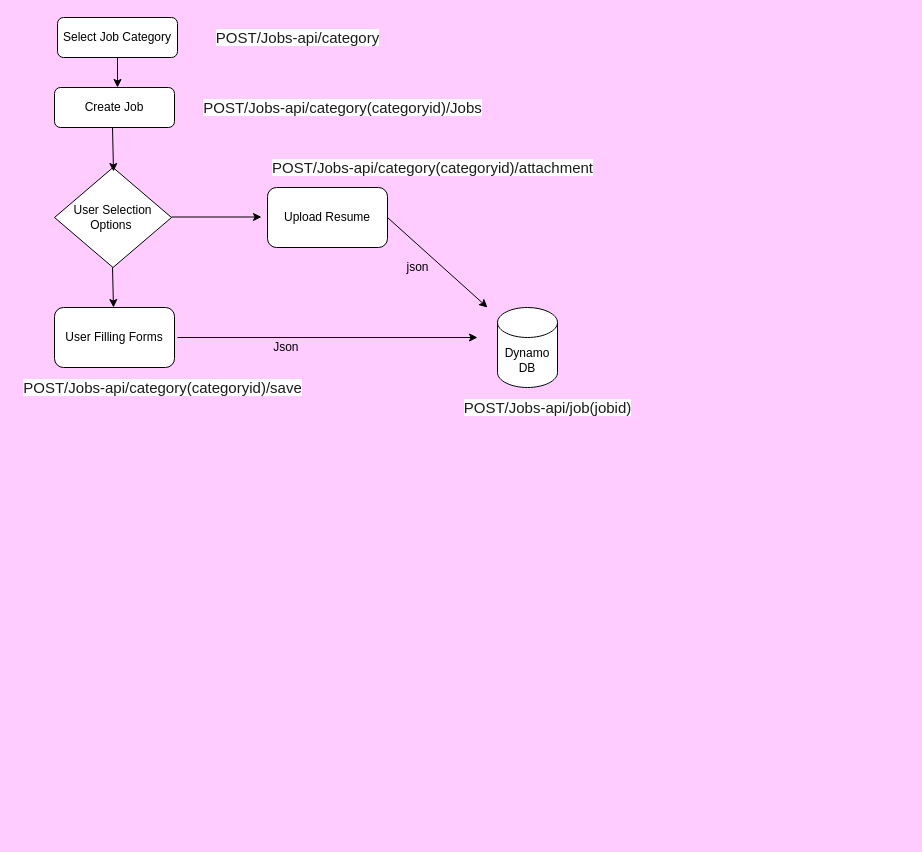
Above: Workflow-Digram-API.drawio in prasadkovai/architecture-digram (draw.io), before the change. Source tidied: cells renumbered, new cells numbered last; positions are measured from the earlier drawing's top-left corner, leaving out a move shared by most shapes. Both pictures are drawn from the tidied source at 100%, with x=0, y=0 at pixel (17, 17). Pictures stored in the file or linked from it are replaced by grey dashed boxes.
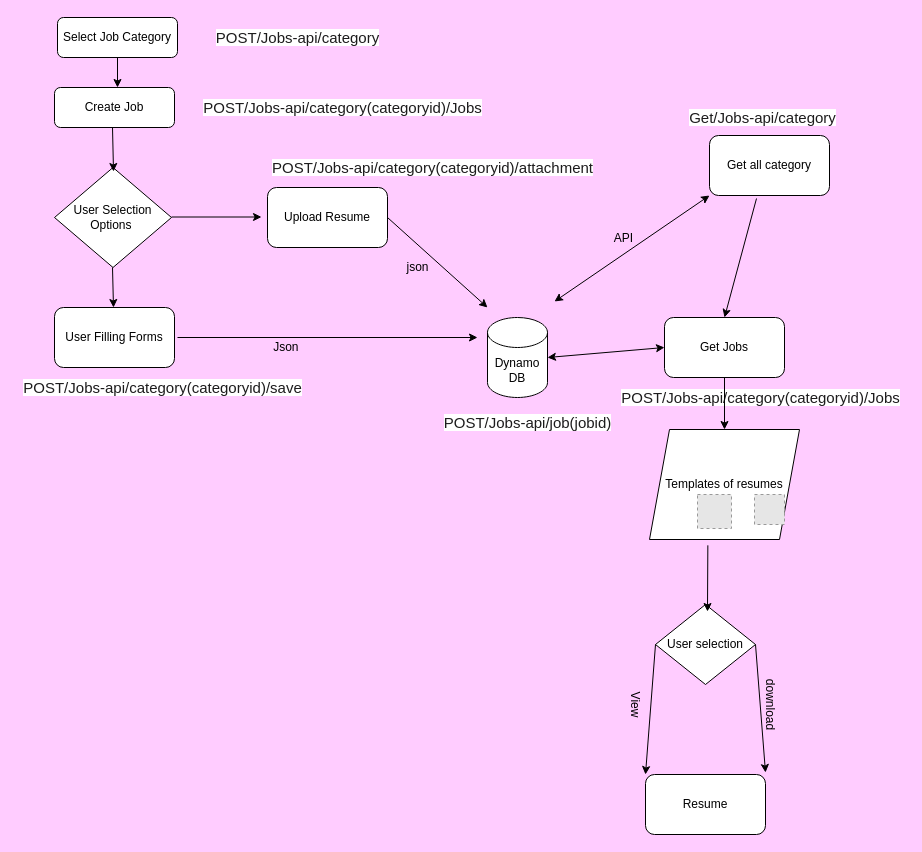
The same diagram, later.

Change to the diagram source:
```diff
@@
     <mxCell id="17" value="Dynamo&lt;br&gt;DB" style="shape=cylinder3;whiteSpace=wrap;html=1;boundedLbl=1;backgroundOutline=1;size=15;" parent="1" vertex="1">
-      <mxGeometry x="480" y="290" width="60" height="80" as="geometry" />
+      <mxGeometry x="470" y="300" width="60" height="80" as="geometry" />
     </mxCell>
@@
     <mxCell id="20" value="&lt;span style=&quot;color: rgb(29 , 28 , 29) ; font-family: , &amp;#34;applelogo&amp;#34; , sans-serif ; font-size: 15px ; text-align: left ; background-color: rgb(255 , 255 , 255)&quot;&gt;POST/Jobs-api/job(jobid)&lt;/span&gt;" style="text;html=1;align=center;verticalAlign=middle;strokeColor=none;" parent="1" vertex="1">
-      <mxGeometry x="440" y="380" width="180" height="20" as="geometry" />
+      <mxGeometry x="420" y="395" width="180" height="20" as="geometry" />
     </mxCell>
+    <mxCell id="21" value="Get Jobs" style="rounded=1;whiteSpace=wrap;html=1;" parent="1" vertex="1">
+      <mxGeometry x="647" y="300" width="120" height="60" as="geometry" />
+    </mxCell>
+    <mxCell id="22" value="Templates of resumes" style="shape=parallelogram;perimeter=parallelogramPerimeter;whiteSpace=wrap;html=1;fixedSize=1;" parent="1" vertex="1">
+      <mxGeometry x="632" y="412" width="150" height="110" as="geometry" />
+    </mxCell>
+    <mxCell id="23" style="fillColor=#E6E6E6;strokeColor=#999999;dashed=1;html=1;verticalAlign=top;verticalLabelPosition=bottom;labelBackgroundColor=#ffffff;" parent="1" vertex="1">
+      <mxGeometry x="680" y="477" width="34" height="34" as="geometry" />
+    </mxCell>
+    <mxCell id="24" style="fillColor=#E6E6E6;strokeColor=#999999;dashed=1;html=1;verticalAlign=top;verticalLabelPosition=bottom;labelBackgroundColor=#ffffff;" parent="1" vertex="1">
+      <mxGeometry x="737" y="477" width="30" height="30" as="geometry" />
+    </mxCell>
+    <mxCell id="25" value="&lt;span style=&quot;color: rgb(29 , 28 , 29) ; font-family: , &amp;#34;applelogo&amp;#34; , sans-serif ; font-size: 15px ; text-align: left ; background-color: rgb(255 , 255 , 255)&quot;&gt;POST/Jobs-api/category(categoryid)/Jobs&lt;/span&gt;" style="text;html=1;align=center;verticalAlign=middle;strokeColor=none;" parent="1" vertex="1">
+      <mxGeometry x="598" y="370" width="290" height="20" as="geometry" />
+    </mxCell>
+    <mxCell id="26" style="endArrow=classic;startArrow=classic;html=1;exitX=1;exitY=0.5;exitDx=0;exitDy=0;exitPerimeter=0;entryX=0;entryY=0.5;entryDx=0;entryDy=0;" parent="1" edge="1" source="17" target="21">
+      <mxGeometry relative="1" as="geometry" />
+    </mxCell>
+    <mxCell id="27" style="endArrow=classic;html=1;exitX=0.5;exitY=1;exitDx=0;exitDy=0;entryX=0.5;entryY=0;entryDx=0;entryDy=0;" parent="1" edge="1" source="21" target="22">
+      <mxGeometry relative="1" as="geometry" />
+    </mxCell>
+    <mxCell id="28" value="Resume" style="rounded=1;whiteSpace=wrap;html=1;" parent="1" vertex="1">
+      <mxGeometry x="628" y="757" width="120" height="60" as="geometry" />
+    </mxCell>
+    <mxCell id="29" value="User selection" style="rhombus;whiteSpace=wrap;html=1;" parent="1" vertex="1">
+      <mxGeometry x="638" y="587" width="100" height="80" as="geometry" />
+    </mxCell>
+    <mxCell id="30" style="endArrow=classic;html=1;exitX=0;exitY=0.5;exitDx=0;exitDy=0;entryX=0;entryY=0;entryDx=0;entryDy=0;" parent="1" edge="1" source="29" target="28">
+      <mxGeometry relative="1" as="geometry" />
+    </mxCell>
+    <mxCell id="31" style="endArrow=classic;html=1;exitX=1;exitY=0.5;exitDx=0;exitDy=0;" parent="1" edge="1" source="29">
+      <mxGeometry relative="1" as="geometry">
+        <mxPoint x="748" y="755" as="targetPoint" />
+      </mxGeometry>
+    </mxCell>
+    <mxCell id="32" value="View" style="text;html=1;align=center;verticalAlign=middle;strokeColor=none;rotation=90;" parent="1" vertex="1">
+      <mxGeometry x="598" y="677" width="40" height="20" as="geometry" />
+    </mxCell>
+    <mxCell id="33" value="download" style="text;html=1;align=center;verticalAlign=middle;strokeColor=none;rotation=90;" parent="1" vertex="1">
+      <mxGeometry x="718" y="677" width="70" height="20" as="geometry" />
+    </mxCell>
+    <mxCell id="34" style="endArrow=classic;html=1;entryX=0.5;entryY=0;entryDx=0;entryDy=0;exitX=0.389;exitY=1.053;exitDx=0;exitDy=0;exitPerimeter=0;" parent="1" edge="1" source="22">
+      <mxGeometry relative="1" as="geometry">
+        <mxPoint x="690" y="594" as="targetPoint" />
+      </mxGeometry>
+    </mxCell>
+    <mxCell id="35" value="Get all category" style="rounded=1;whiteSpace=wrap;html=1;" parent="1" vertex="1">
+      <mxGeometry x="692" y="118" width="120" height="60" as="geometry" />
+    </mxCell>
+    <mxCell id="36" style="endArrow=classic;startArrow=classic;html=1;entryX=0;entryY=1;entryDx=0;entryDy=0;" parent="1" edge="1" target="35">
+      <mxGeometry relative="1" as="geometry">
+        <mxPoint x="537" y="284" as="sourcePoint" />
+      </mxGeometry>
+    </mxCell>
+    <mxCell id="37" value="&lt;span style=&quot;color: rgb(29 , 28 , 29) ; font-family: , &amp;#34;applelogo&amp;#34; , sans-serif ; font-size: 15px ; text-align: left ; background-color: rgb(255 , 255 , 255)&quot;&gt;Get/Jobs-api/category&lt;br&gt;&lt;/span&gt;" style="text;html=1;align=center;verticalAlign=middle;strokeColor=none;" parent="1" vertex="1">
+      <mxGeometry x="665" y="90" width="160" height="20" as="geometry" />
+    </mxCell>
+    <mxCell id="38" style="endArrow=classic;html=1;entryX=0.5;entryY=0;entryDx=0;entryDy=0;" parent="1" edge="1" target="21">
+      <mxGeometry relative="1" as="geometry">
+        <mxPoint x="739" y="181" as="sourcePoint" />
+      </mxGeometry>
+    </mxCell>
+    <mxCell id="39" value="API" style="text;html=1;align=center;verticalAlign=middle;strokeColor=none;" parent="1" vertex="1">
+      <mxGeometry x="591" y="212" width="29" height="18" as="geometry" />
+    </mxCell>
```
